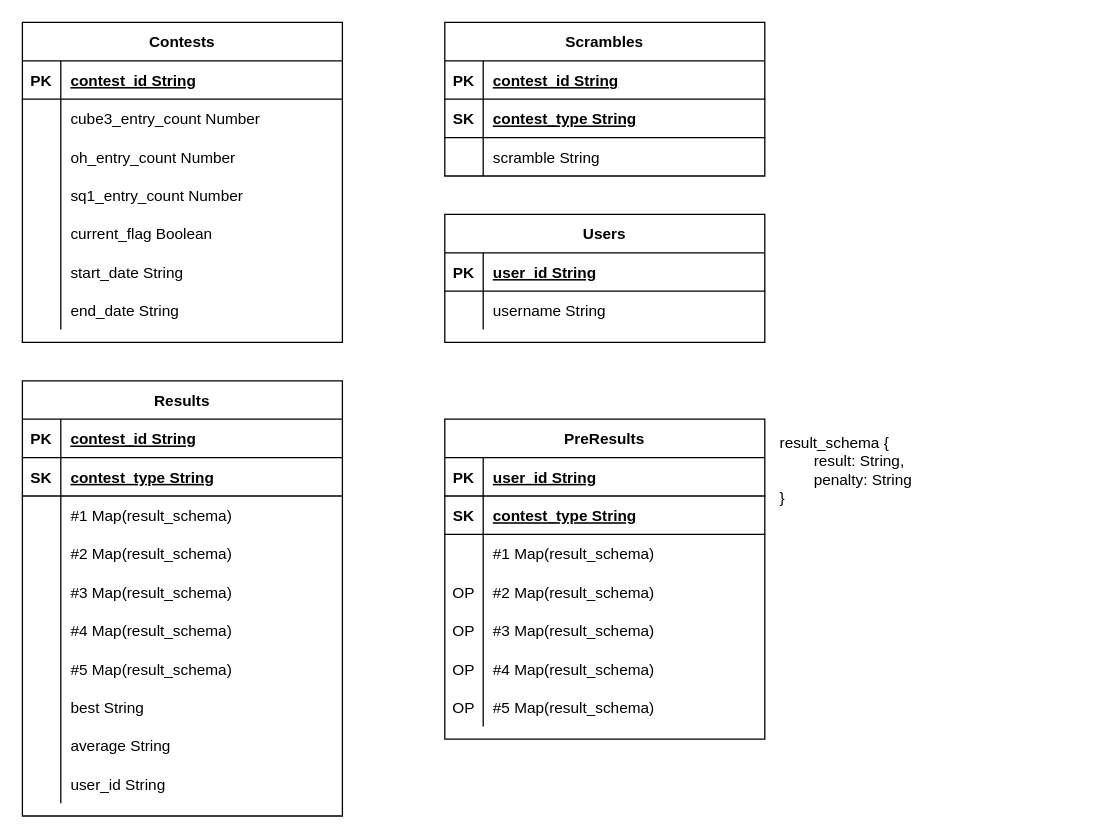
Earlier version of the draw.io diagram documents/erd.drawio (ky12228121/JIMContest). Source tidied: cells renumbered, new cells numbered last; positions are measured from the earlier drawing's top-left corner, leaving out a move shared by most shapes. Both pictures are drawn from the tidied source at 128%, with x=0, y=0 at pixel (22, 22).
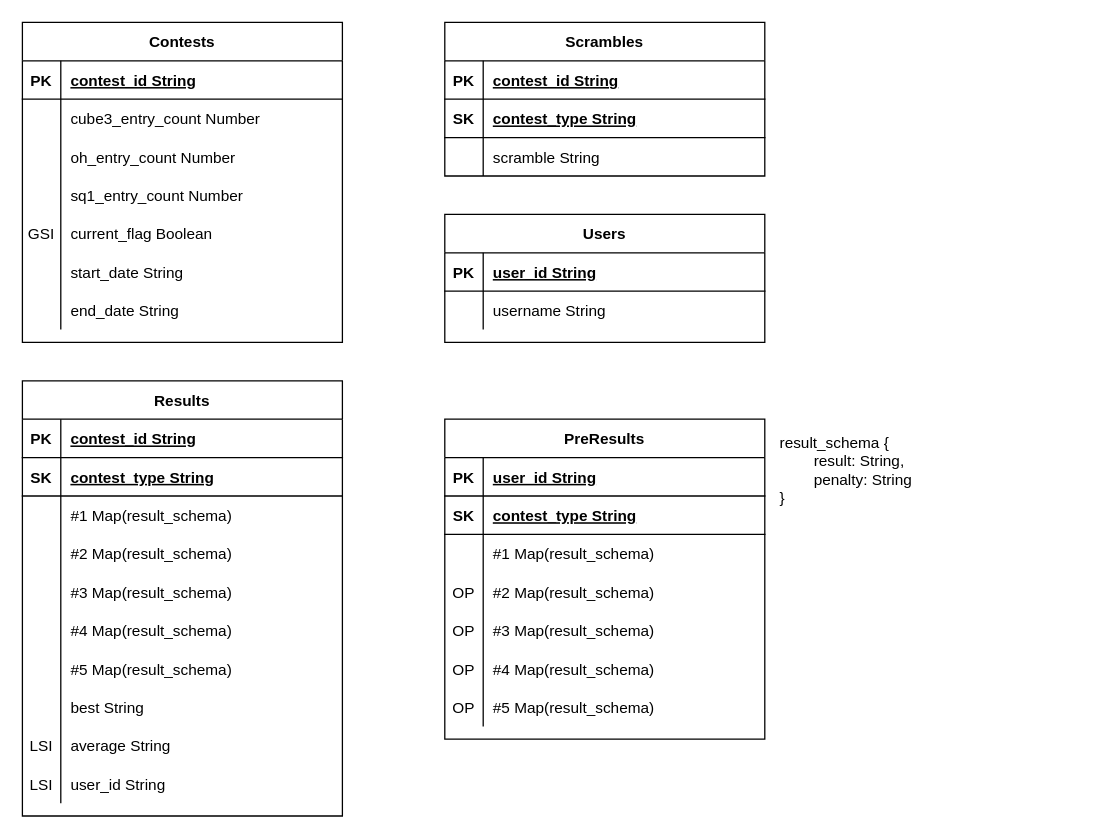
Above is the later version.

The change refers to these unchanged cells:
```xml
<mxCell id="32" style="shape=partialRectangle;fillColor=none;top=0;left=0;right=0;bottom=0;" parent="19" vertex="1">
  <mxGeometry y="150" width="250" height="30" as="geometry" />
</mxCell>
<mxCell id="89" style="shape=partialRectangle;fillColor=none;top=0;left=0;right=0;bottom=0;" parent="64" vertex="1">
  <mxGeometry y="270" width="250" height="30" as="geometry" />
</mxCell>
<mxCell id="92" style="shape=partialRectangle;fillColor=none;top=0;left=0;right=0;bottom=0;" parent="64" vertex="1">
  <mxGeometry y="300" width="250" height="30" as="geometry" />
</mxCell>
```

Change to the diagram source:
```diff
@@
-    <mxCell id="33" style="shape=partialRectangle;overflow=hidden;fillColor=none;top=0;left=0;bottom=0;right=0;" parent="32" vertex="1">
+    <mxCell id="33" value="GSI" style="shape=partialRectangle;overflow=hidden;fillColor=none;top=0;left=0;bottom=0;right=0;" parent="32" vertex="1">
       <mxGeometry width="30" height="30" as="geometry" />
     </mxCell>
@@
-    <mxCell id="90" style="shape=partialRectangle;overflow=hidden;fillColor=none;top=0;left=0;bottom=0;right=0;" parent="89" vertex="1">
+    <mxCell id="90" value="LSI" style="shape=partialRectangle;overflow=hidden;fillColor=none;top=0;left=0;bottom=0;right=0;" parent="89" vertex="1">
       <mxGeometry width="30" height="30" as="geometry" />
     </mxCell>
@@
-    <mxCell id="93" style="shape=partialRectangle;overflow=hidden;fillColor=none;top=0;left=0;bottom=0;right=0;" parent="92" vertex="1">
+    <mxCell id="93" value="LSI" style="shape=partialRectangle;overflow=hidden;fillColor=none;top=0;left=0;bottom=0;right=0;" parent="92" vertex="1">
       <mxGeometry width="30" height="30" as="geometry" />
     </mxCell>
```
